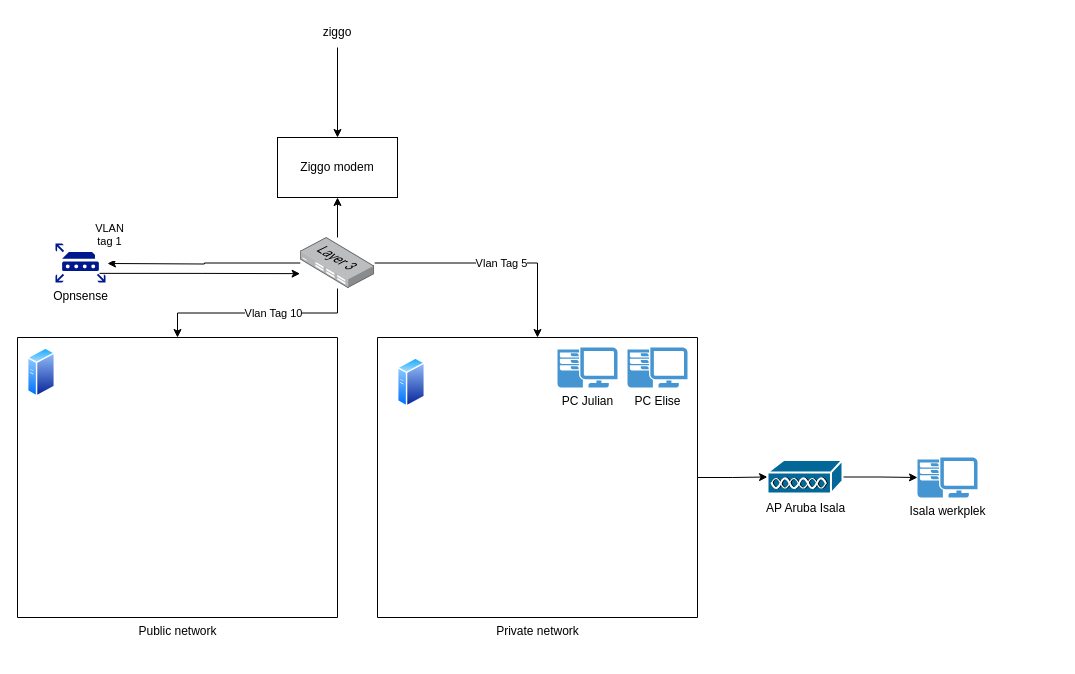
Earlier version of the draw.io diagram Untitled Diagram.drawio (thehonorguard/Networkmap). Source tidied: cells renumbered, new cells numbered last; positions are measured from the earlier drawing's top-left corner, leaving out a move shared by most shapes. Both pictures are drawn from the tidied source at 100%, with x=0, y=0 at pixel (17, 17). Pictures stored in the file or linked from it are replaced by grey dashed boxes.
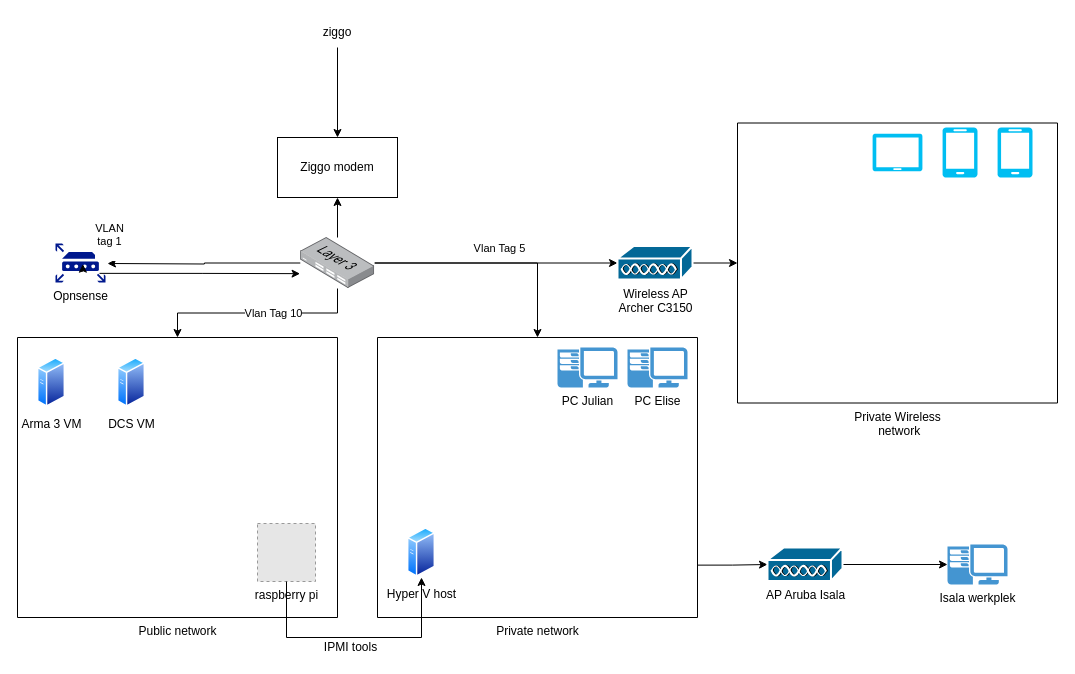
The same diagram, later.

Unchanged cells that the change refers to:
```xml
<mxCell id="8" value="&lt;div&gt;Opnsense&lt;/div&gt;&lt;div&gt;&lt;br&gt;&lt;/div&gt;" style="sketch=0;shadow=0;dashed=0;html=1;strokeColor=none;labelPosition=center;verticalLabelPosition=bottom;verticalAlign=top;align=center;fillColor=#00188D;shape=mxgraph.mscae.enterprise.router;" parent="1" vertex="1">
  <mxGeometry x="38" y="226" width="50" height="39" as="geometry" />
</mxCell>
<mxCell id="13" style="edgeStyle=orthogonalEdgeStyle;rounded=0;jettySize=auto;html=1;" parent="1" edge="1" source="15" target="18">
  <mxGeometry relative="1" as="geometry" />
</mxCell>
<mxCell id="15" style="points=[];html=1;align=center;shadow=0;dashed=0;image;image=img/lib/allied_telesis/switch/Switch_24_port_L3.svg;" parent="1" vertex="1">
  <mxGeometry x="282.8" y="220" width="74.4" height="51" as="geometry" />
</mxCell>
<mxCell id="18" value="&lt;div&gt;Private network&lt;/div&gt;" style="verticalLabelPosition=bottom;verticalAlign=top;html=1;shape=mxgraph.basic.rect;fillColor2=none;strokeWidth=1;size=20;indent=5;labelBackgroundColor=none;" parent="1" vertex="1">
  <mxGeometry x="360" y="320" width="320" height="280" as="geometry" />
</mxCell>
```

Diff of the diagram source:
```diff
@@
     <mxCell id="14" value="&lt;div&gt;Vlan Tag 5&lt;/div&gt;" style="edgeLabel;html=1;align=center;verticalAlign=middle;" parent="13" vertex="1">
-      <mxGeometry x="0.06" relative="1" as="geometry" />
+      <mxGeometry x="0.06" relative="1" as="geometry">
+        <mxPoint x="-2" y="-15" as="offset" />
+      </mxGeometry>
     </mxCell>
+    <mxCell id="25" style="edgeStyle=orthogonalEdgeStyle;rounded=0;jettySize=auto;html=1;entryX=0;entryY=0.5;entryDx=0;entryDy=0;entryPerimeter=0;" parent="1" edge="1" source="15" target="28">
+      <mxGeometry relative="1" as="geometry">
+        <Array as="points">
+          <mxPoint x="520" y="246" />
+          <mxPoint x="600" y="246" />
+        </Array>
+      </mxGeometry>
+    </mxCell>
@@
-    <mxCell id="16" style="perimeter=ellipsePerimeter;html=1;align=center;shadow=0;dashed=0;spacingTop=3;image;image=img/lib/active_directory/generic_server.svg;" parent="1" vertex="1">
-      <mxGeometry x="10" y="330" width="28" height="50" as="geometry" />
+    <mxCell id="16" value="&lt;div&gt;Arma 3 VM&lt;/div&gt;&lt;div&gt;&lt;br&gt;&lt;/div&gt;" style="perimeter=ellipsePerimeter;html=1;align=center;shadow=0;dashed=0;spacingTop=3;image;image=img/lib/active_directory/generic_server.svg;" parent="1" vertex="1">
+      <mxGeometry x="20" y="340" width="28" height="50" as="geometry" />
     </mxCell>
-    <mxCell id="17" style="edgeStyle=orthogonalEdgeStyle;rounded=0;jettySize=auto;html=1;" parent="1" edge="1" source="18" target="24">
+    <mxCell id="17" style="edgeStyle=orthogonalEdgeStyle;rounded=0;jettySize=auto;html=1;exitX=1.001;exitY=0.813;exitDx=0;exitDy=0;exitPerimeter=0;" parent="1" edge="1" source="18" target="24">
       <mxGeometry relative="1" as="geometry" />
     </mxCell>
@@
-    <mxCell id="19" style="perimeter=ellipsePerimeter;html=1;align=center;shadow=0;dashed=0;spacingTop=3;image;image=img/lib/active_directory/generic_server.svg;" parent="1" vertex="1">
-      <mxGeometry x="380" y="340" width="28" height="50" as="geometry" />
+    <mxCell id="19" value="&lt;div&gt;Hyper V host&lt;/div&gt;&lt;div&gt;&lt;br&gt;&lt;/div&gt;" style="perimeter=ellipsePerimeter;html=1;align=center;shadow=0;dashed=0;spacingTop=3;image;image=img/lib/active_directory/generic_server.svg;" parent="1" vertex="1">
+      <mxGeometry x="390" y="510" width="28" height="50" as="geometry" />
     </mxCell>
@@
     <mxCell id="22" value="&lt;div&gt;Isala werkplek&lt;/div&gt;" style="shadow=0;dashed=0;html=1;strokeColor=none;fillColor=#4495D1;labelPosition=center;verticalLabelPosition=bottom;verticalAlign=top;align=center;outlineConnect=0;shape=mxgraph.veeam.2d.workstation;labelBackgroundColor=none;" parent="1" vertex="1">
-      <mxGeometry x="900" y="440" width="60" height="40" as="geometry" />
+      <mxGeometry x="930" y="527" width="60" height="40" as="geometry" />
     </mxCell>
@@
     <mxCell id="24" value="&lt;div&gt;AP Aruba Isala&lt;/div&gt;&lt;div&gt;&lt;br&gt;&lt;/div&gt;" style="shape=mxgraph.cisco.misc.access_point;html=1;dashed=0;fillColor=#036897;strokeColor=#ffffff;strokeWidth=2;verticalLabelPosition=bottom;verticalAlign=top;align=center;outlineConnect=0;labelBackgroundColor=none;" parent="1" vertex="1">
-      <mxGeometry x="750" y="442.5" width="75" height="34" as="geometry" />
+      <mxGeometry x="750" y="530" width="75" height="34" as="geometry" />
     </mxCell>
+    <mxCell id="26" value="&lt;div&gt;Private Wireless&lt;/div&gt;&lt;div&gt;&amp;nbsp;network&lt;/div&gt;" style="verticalLabelPosition=bottom;verticalAlign=top;html=1;shape=mxgraph.basic.rect;fillColor2=none;strokeWidth=1;size=20;indent=5;labelBackgroundColor=none;" parent="1" vertex="1">
+      <mxGeometry x="720" y="105.5" width="320" height="280" as="geometry" />
+    </mxCell>
+    <mxCell id="27" style="edgeStyle=orthogonalEdgeStyle;rounded=0;jettySize=auto;html=1;" parent="1" edge="1" source="28" target="26">
+      <mxGeometry relative="1" as="geometry" />
+    </mxCell>
+    <mxCell id="28" value="&lt;div&gt;Wireless AP&lt;/div&gt;&lt;div&gt;Archer C3150&lt;/div&gt;&lt;div&gt;&lt;br&gt;&lt;/div&gt;" style="shape=mxgraph.cisco.misc.access_point;html=1;dashed=0;fillColor=#036897;strokeColor=#ffffff;strokeWidth=2;verticalLabelPosition=bottom;verticalAlign=top;align=center;outlineConnect=0;labelBackgroundColor=none;" parent="1" vertex="1">
+      <mxGeometry x="600" y="228.5" width="75" height="34" as="geometry" />
+    </mxCell>
+    <mxCell id="29" style="edgeStyle=orthogonalEdgeStyle;rounded=0;orthogonalLoop=1;jettySize=auto;html=1;exitX=0.5;exitY=0.71;exitDx=0;exitDy=0;exitPerimeter=0;entryX=0.547;entryY=0.53;entryDx=0;entryDy=0;entryPerimeter=0;" parent="1" edge="1" source="8" target="8">
+      <mxGeometry relative="1" as="geometry" />
+    </mxCell>
+    <mxCell id="30" value="&lt;div&gt;DCS VM&lt;/div&gt;&lt;div&gt;&lt;br&gt;&lt;/div&gt;" style="perimeter=ellipsePerimeter;html=1;align=center;shadow=0;dashed=0;spacingTop=3;image;image=img/lib/active_directory/generic_server.svg;" parent="1" vertex="1">
+      <mxGeometry x="100" y="340" width="28" height="50" as="geometry" />
+    </mxCell>
+    <mxCell id="31" value="&lt;div&gt;raspberry pi&lt;/div&gt;&lt;div&gt;&lt;br&gt;&lt;/div&gt;" style="fillColor=#E6E6E6;strokeColor=#999999;dashed=1;html=1;verticalAlign=top;verticalLabelPosition=bottom;labelBackgroundColor=#ffffff;" parent="1" vertex="1">
+      <mxGeometry x="240" y="506" width="58" height="58" as="geometry" />
+    </mxCell>
+    <mxCell id="32" value="IPMI tools" style="text;html=1;align=center;verticalAlign=middle;strokeColor=none;fillColor=none;" parent="1" vertex="1">
+      <mxGeometry x="298" y="620" width="70" height="20" as="geometry" />
+    </mxCell>
+    <mxCell id="33" style="edgeStyle=orthogonalEdgeStyle;rounded=0;jettySize=auto;html=1;" parent="1" edge="1" source="31" target="19">
+      <mxGeometry relative="1" as="geometry">
+        <Array as="points">
+          <mxPoint x="269" y="620" />
+          <mxPoint x="404" y="620" />
+        </Array>
+      </mxGeometry>
+    </mxCell>
+    <mxCell id="34" style="verticalLabelPosition=bottom;html=1;verticalAlign=top;align=center;strokeColor=none;fillColor=#00BEF2;shape=mxgraph.azure.mobile;labelBackgroundColor=none;" parent="1" vertex="1">
+      <mxGeometry x="980" y="110" width="35" height="50" as="geometry" />
+    </mxCell>
+    <mxCell id="35" style="verticalLabelPosition=bottom;html=1;verticalAlign=top;align=center;strokeColor=none;fillColor=#00BEF2;shape=mxgraph.azure.mobile;labelBackgroundColor=none;" parent="1" vertex="1">
+      <mxGeometry x="925" y="110" width="35" height="50" as="geometry" />
+    </mxCell>
+    <mxCell id="36" style="verticalLabelPosition=bottom;html=1;verticalAlign=top;align=center;strokeColor=none;fillColor=#00BEF2;shape=mxgraph.azure.tablet;labelBackgroundColor=none;" parent="1" vertex="1">
+      <mxGeometry x="855" y="116.2" width="50" height="37.5" as="geometry" />
+    </mxCell>
```
